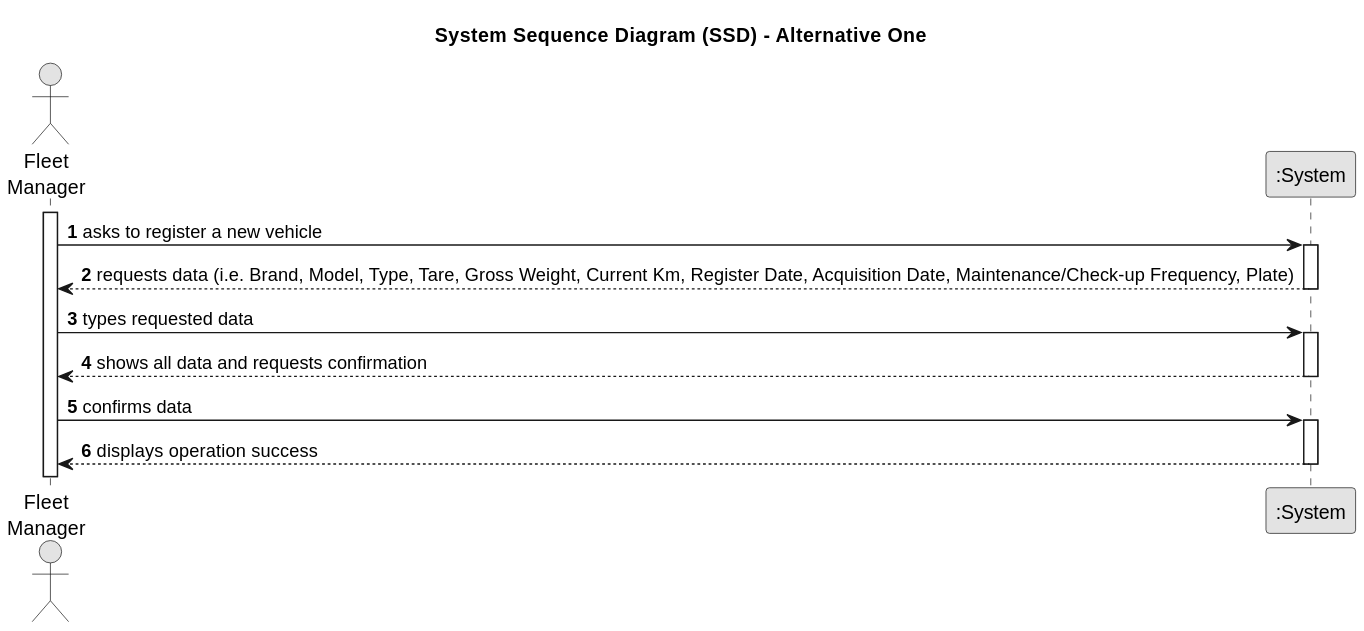
Earlier version of the PlantUML export docs/sprintA/us006/01.requirements-engineering/svg/us006-system-sequence-diagram-alternative-one.svg (daniel41silva05/ISEP_2023_2024_LAPR2).
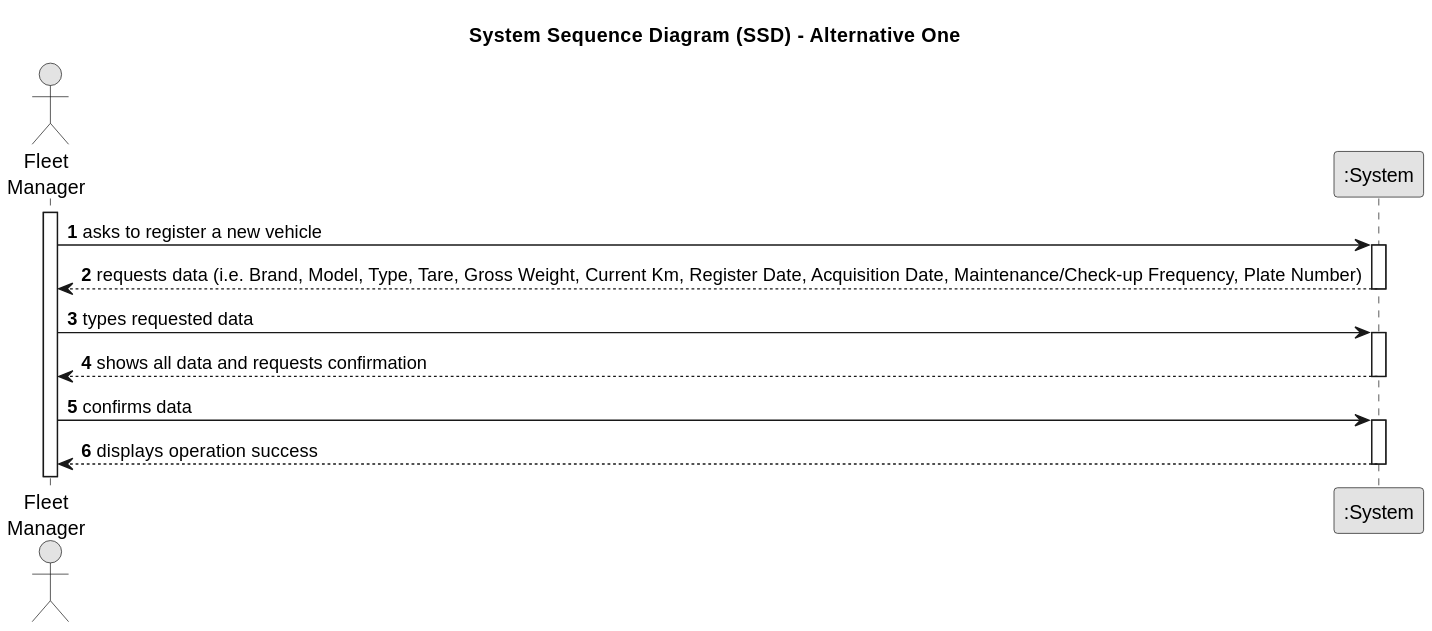
After the change.

Diff of the diagram source:
```diff
@@ -15,7 +15,7 @@
     FM -> System : asks to register a new vehicle
     activate System
 
-        System --> FM : requests data (i.e. Brand, Model, Type, Tare, Gross Weight, Current Km, Register Date, Acquisition Date, Maintenance/Check-up Frequency, Plate)
+        System --> FM : requests data (i.e. Brand, Model, Type, Tare, Gross Weight, Current Km, Register Date, Acquisition Date, Maintenance/Check-up Frequency, Plate Number)
     deactivate System
 
     FM -> System : types requested data
```
